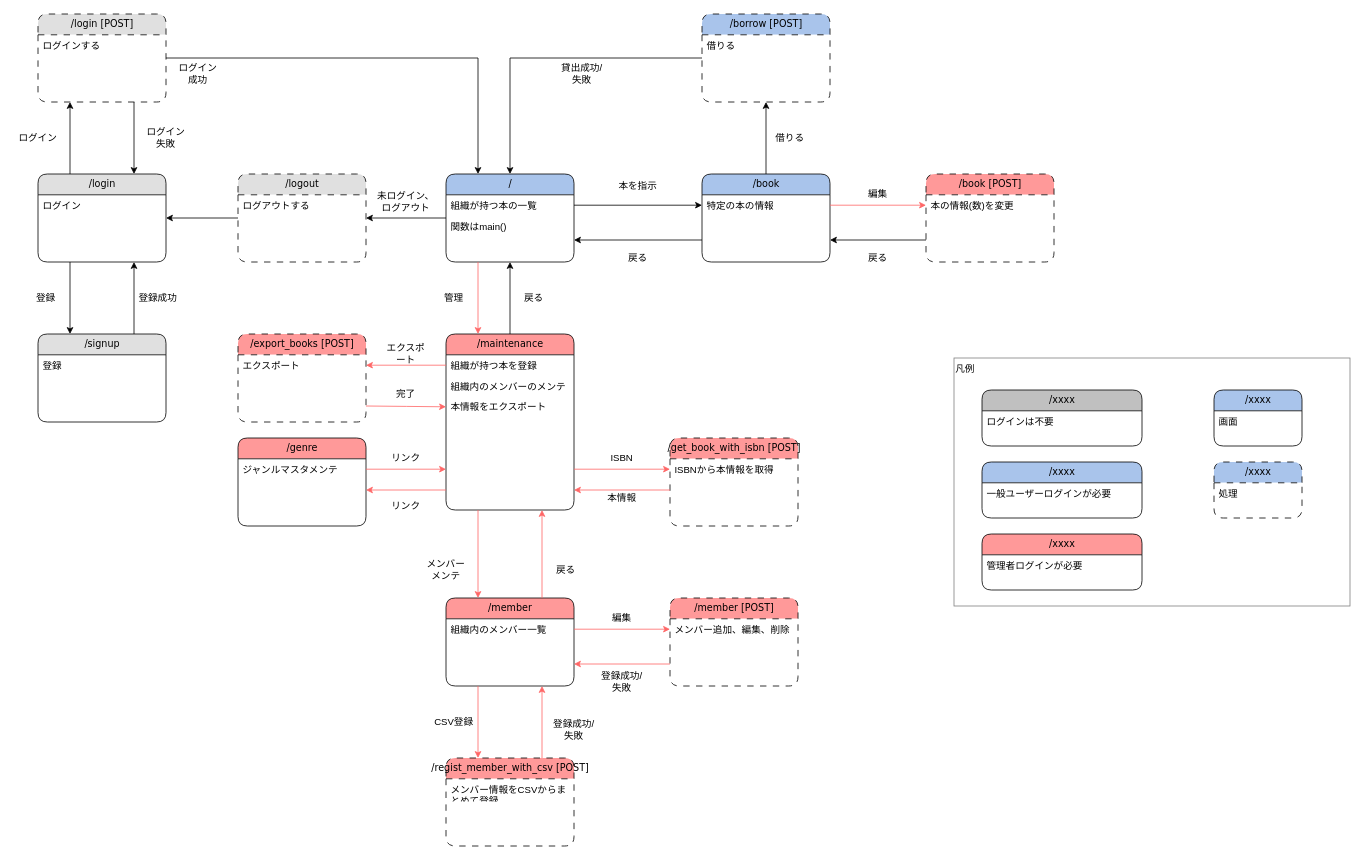
This is doc/screen_transition_diagram.drawio from yo16/bookshelf_2023, a draw.io file, before an edit. Source tidied: cells renumbered, new cells numbered last; positions are measured from the earlier drawing's top-left corner, leaving out a move shared by most shapes. Both pictures are drawn from the tidied source at 80%, with x=0, y=0 at pixel (14, 14).
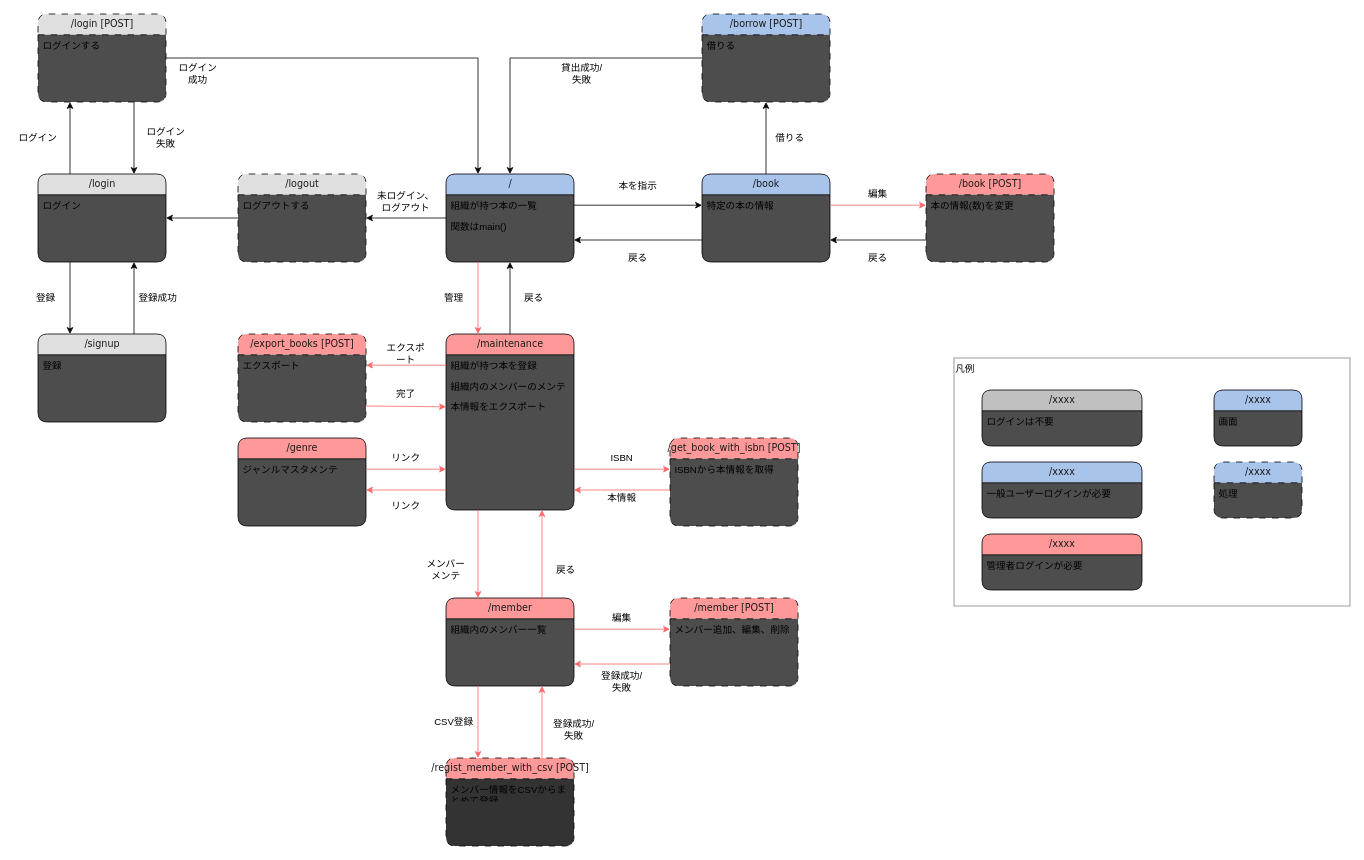
Above is the later version.

Commit message (it also covers changes not shown here):
背景色など

Change to the diagram source:
```diff
@@
-<mxGraphModel background="#ffffff">
+<mxGraphModel>
@@
-    <mxCell id="4" value="/login" style="swimlane;html=1;fontStyle=0;horizontal=1;startSize=26;fillColor=#E0E0E0;swimlaneFillColor=#ffffff;align=center;rounded=1;shadow=0;comic=0;labelBackgroundColor=none;strokeWidth=1;fontFamily=Verdana;fontSize=12;" parent="1" vertex="1">
+    <mxCell id="4" value="/login" style="swimlane;html=1;fontStyle=0;horizontal=1;startSize=26;fillColor=#E0E0E0;swimlaneFillColor=#4D4D4D;align=center;rounded=1;shadow=0;comic=0;labelBackgroundColor=none;strokeWidth=1;fontFamily=Verdana;fontSize=12;fontColor=#1A1A1A;" parent="1" vertex="1">
       <mxGeometry x="30" y="200" width="160" height="110" as="geometry" />
     </mxCell>
@@
-    <mxCell id="6" value="/" style="swimlane;html=1;fontStyle=0;horizontal=1;startSize=26;fillColor=#A9C4EB;swimlaneFillColor=#ffffff;align=center;rounded=1;shadow=0;comic=0;labelBackgroundColor=none;strokeWidth=1;fontFamily=Verdana;fontSize=12;" parent="1" vertex="1">
+    <mxCell id="6" value="/" style="swimlane;html=1;fontStyle=0;horizontal=1;startSize=26;fillColor=#A9C4EB;swimlaneFillColor=#4D4D4D;align=center;rounded=1;shadow=0;comic=0;labelBackgroundColor=none;strokeWidth=1;fontFamily=Verdana;fontSize=12;fontColor=#1A1A1A;" parent="1" vertex="1">
       <mxGeometry x="540" y="200" width="160" height="110" as="geometry" />
     </mxCell>
@@
-    <mxCell id="10" value="/signup" style="swimlane;html=1;fontStyle=0;horizontal=1;startSize=26;fillColor=#E0E0E0;swimlaneFillColor=#ffffff;align=center;rounded=1;shadow=0;comic=0;labelBackgroundColor=none;strokeWidth=1;fontFamily=Verdana;fontSize=12;" parent="1" vertex="1">
+    <mxCell id="10" value="/signup" style="swimlane;html=1;fontStyle=0;horizontal=1;startSize=26;fillColor=#E0E0E0;swimlaneFillColor=#4D4D4D;align=center;rounded=1;shadow=0;comic=0;labelBackgroundColor=none;strokeWidth=1;fontFamily=Verdana;fontSize=12;fontColor=#1A1A1A;" parent="1" vertex="1">
       <mxGeometry x="30" y="400" width="160" height="110" as="geometry" />
     </mxCell>
@@
-    <mxCell id="19" value="/book" style="swimlane;html=1;fontStyle=0;horizontal=1;startSize=26;fillColor=#A9C4EB;swimlaneFillColor=#ffffff;align=center;rounded=1;shadow=0;comic=0;labelBackgroundColor=none;strokeWidth=1;fontFamily=Verdana;fontSize=12;" parent="1" vertex="1">
+    <mxCell id="19" value="/book" style="swimlane;html=1;fontStyle=0;horizontal=1;startSize=26;fillColor=#A9C4EB;swimlaneFillColor=#4D4D4D;align=center;rounded=1;shadow=0;comic=0;labelBackgroundColor=none;strokeWidth=1;fontFamily=Verdana;fontSize=12;fontColor=#1A1A1A;" parent="1" vertex="1">
       <mxGeometry x="860" y="200" width="160" height="110" as="geometry" />
     </mxCell>
@@
-    <mxCell id="23" value="/maintenance" style="swimlane;html=1;fontStyle=0;horizontal=1;startSize=26;fillColor=#FF9999;swimlaneFillColor=#ffffff;align=center;rounded=1;shadow=0;comic=0;labelBackgroundColor=none;strokeWidth=1;fontFamily=Verdana;fontSize=12;" parent="1" vertex="1">
+    <mxCell id="23" value="/maintenance" style="swimlane;html=1;fontStyle=0;horizontal=1;startSize=26;fillColor=#FF9999;swimlaneFillColor=#4D4D4D;align=center;rounded=1;shadow=0;comic=0;labelBackgroundColor=none;strokeWidth=1;fontFamily=Verdana;fontSize=12;fontColor=#1A1A1A;" parent="1" vertex="1">
       <mxGeometry x="540" y="400" width="160" height="220" as="geometry" />
     </mxCell>
@@
-    <mxCell id="37" value="/borrow [POST]" style="swimlane;html=1;fontStyle=0;horizontal=1;startSize=26;fillColor=#A9C4EB;swimlaneFillColor=#ffffff;align=center;rounded=1;shadow=0;comic=0;labelBackgroundColor=none;strokeWidth=1;fontFamily=Verdana;fontSize=12;dashed=1;dashPattern=8 8;" parent="1" vertex="1">
+    <mxCell id="37" value="/borrow [POST]" style="swimlane;html=1;fontStyle=0;horizontal=1;startSize=26;fillColor=#A9C4EB;swimlaneFillColor=#4D4D4D;align=center;rounded=1;shadow=0;comic=0;labelBackgroundColor=none;strokeWidth=1;fontFamily=Verdana;fontSize=12;dashed=1;dashPattern=8 8;fontColor=#1A1A1A;" parent="1" vertex="1">
       <mxGeometry x="860" width="160" height="110" as="geometry" />
     </mxCell>
@@
-    <mxCell id="43" value="/login [POST]" style="swimlane;html=1;fontStyle=0;horizontal=1;startSize=26;fillColor=#E0E0E0;swimlaneFillColor=#ffffff;align=center;rounded=1;shadow=0;comic=0;labelBackgroundColor=none;strokeWidth=1;fontFamily=Verdana;fontSize=12;dashed=1;dashPattern=8 8;" parent="1" vertex="1">
+    <mxCell id="43" value="/login [POST]" style="swimlane;html=1;fontStyle=0;horizontal=1;startSize=26;fillColor=#E0E0E0;swimlaneFillColor=#4D4D4D;align=center;rounded=1;shadow=0;comic=0;labelBackgroundColor=none;strokeWidth=1;fontFamily=Verdana;fontSize=12;dashed=1;dashPattern=8 8;fontColor=#1A1A1A;" parent="1" vertex="1">
       <mxGeometry x="30" width="160" height="110" as="geometry" />
     </mxCell>
@@
-    <mxCell id="48" value="/member [POST]" style="swimlane;html=1;fontStyle=0;horizontal=1;startSize=26;fillColor=#FF9999;swimlaneFillColor=#ffffff;align=center;rounded=1;shadow=0;comic=0;labelBackgroundColor=none;strokeWidth=1;fontFamily=Verdana;fontSize=12;dashed=1;dashPattern=8 8;" parent="1" vertex="1">
+    <mxCell id="48" value="/member [POST]" style="swimlane;html=1;fontStyle=0;horizontal=1;startSize=26;fillColor=#FF9999;swimlaneFillColor=#4D4D4D;align=center;rounded=1;shadow=0;comic=0;labelBackgroundColor=none;strokeWidth=1;fontFamily=Verdana;fontSize=12;dashed=1;dashPattern=8 8;fontColor=#1A1A1A;" parent="1" vertex="1">
       <mxGeometry x="820" y="730" width="160" height="110" as="geometry" />
     </mxCell>
@@
-    <mxCell id="50" value="/book [POST]" style="swimlane;html=1;fontStyle=0;horizontal=1;startSize=26;fillColor=#FF9999;swimlaneFillColor=#ffffff;align=center;rounded=1;shadow=0;comic=0;labelBackgroundColor=none;strokeWidth=1;fontFamily=Verdana;fontSize=12;dashed=1;dashPattern=8 8;" parent="1" vertex="1">
+    <mxCell id="50" value="/book [POST]" style="swimlane;html=1;fontStyle=0;horizontal=1;startSize=26;fillColor=#FF9999;swimlaneFillColor=#4D4D4D;align=center;rounded=1;shadow=0;comic=0;labelBackgroundColor=none;strokeWidth=1;fontFamily=Verdana;fontSize=12;dashed=1;dashPattern=8 8;fontColor=#1A1A1A;" parent="1" vertex="1">
       <mxGeometry x="1140" y="200" width="160" height="110" as="geometry" />
     </mxCell>
@@
-    <mxCell id="56" value="/member" style="swimlane;html=1;fontStyle=0;horizontal=1;startSize=26;fillColor=#FF9999;swimlaneFillColor=#ffffff;align=center;rounded=1;shadow=0;comic=0;labelBackgroundColor=none;strokeWidth=1;fontFamily=Verdana;fontSize=12;" parent="1" vertex="1">
+    <mxCell id="56" value="/member" style="swimlane;html=1;fontStyle=0;horizontal=1;startSize=26;fillColor=#FF9999;swimlaneFillColor=#4D4D4D;align=center;rounded=1;shadow=0;comic=0;labelBackgroundColor=none;strokeWidth=1;fontFamily=Verdana;fontSize=12;fontColor=#1A1A1A;" parent="1" vertex="1">
       <mxGeometry x="540" y="730" width="160" height="110" as="geometry" />
     </mxCell>
-    <mxCell id="57" value="組織内のメンバー一覧" style="text;html=1;strokeColor=none;fillColor=none;spacingLeft=4;spacingRight=4;whiteSpace=wrap;overflow=hidden;points=[[0,0.5],[1,0.5]];portConstraint=eastwest;" parent="56" vertex="1">
+    <mxCell id="57" value="組織内のメンバー一覧" style="text;html=1;strokeColor=none;fillColor=none;spacingLeft=4;spacingRight=4;whiteSpace=wrap;overflow=hidden;points=[[0,0.5],[1,0.5]];portConstraint=eastwest;fontColor=default;" parent="56" vertex="1">
       <mxGeometry y="26" width="160" height="26" as="geometry" />
     </mxCell>
@@
-    <mxCell id="66" value="/regist_member_with_csv [POST]" style="swimlane;html=1;fontStyle=0;horizontal=1;startSize=26;fillColor=#FF9999;swimlaneFillColor=#ffffff;align=center;rounded=1;shadow=0;comic=0;labelBackgroundColor=none;strokeWidth=1;fontFamily=Verdana;fontSize=12;dashed=1;dashPattern=8 8;" parent="1" vertex="1">
+    <mxCell id="66" value="/regist_member_with_csv [POST]" style="swimlane;html=1;fontStyle=0;horizontal=1;startSize=26;fillColor=#FF9999;swimlaneFillColor=#333333;align=center;rounded=1;shadow=0;comic=0;labelBackgroundColor=none;strokeWidth=1;fontFamily=Verdana;fontSize=12;dashed=1;dashPattern=8 8;fontColor=#1A1A1A;" parent="1" vertex="1">
       <mxGeometry x="540" y="930" width="160" height="110" as="geometry" />
     </mxCell>
@@
-    <mxCell id="72" value="/export_books [POST]" style="swimlane;html=1;fontStyle=0;horizontal=1;startSize=26;fillColor=#FF9999;swimlaneFillColor=#ffffff;align=center;rounded=1;shadow=0;comic=0;labelBackgroundColor=none;strokeWidth=1;fontFamily=Verdana;fontSize=12;dashed=1;dashPattern=8 8;" parent="1" vertex="1">
+    <mxCell id="72" value="/export_books [POST]" style="swimlane;html=1;fontStyle=0;horizontal=1;startSize=26;fillColor=#FF9999;swimlaneFillColor=#4D4D4D;align=center;rounded=1;shadow=0;comic=0;labelBackgroundColor=none;strokeWidth=1;fontFamily=Verdana;fontSize=12;dashed=1;dashPattern=8 8;fontColor=#1A1A1A;" parent="1" vertex="1">
       <mxGeometry x="280" y="400" width="160" height="110" as="geometry" />
     </mxCell>
@@
-    <mxCell id="78" value="/xxxx" style="swimlane;html=1;fontStyle=0;horizontal=1;startSize=26;fillColor=#A9C4EB;swimlaneFillColor=#ffffff;align=center;rounded=1;shadow=0;comic=0;labelBackgroundColor=none;strokeWidth=1;fontFamily=Verdana;fontSize=12;" parent="1" vertex="1">
+    <mxCell id="78" value="/xxxx" style="swimlane;html=1;fontStyle=0;horizontal=1;startSize=26;fillColor=#A9C4EB;swimlaneFillColor=#4D4D4D;align=center;rounded=1;shadow=0;comic=0;labelBackgroundColor=none;strokeWidth=1;fontFamily=Verdana;fontSize=12;fontColor=#1A1A1A;" parent="1" vertex="1">
       <mxGeometry x="1210" y="560" width="200" height="70" as="geometry" />
     </mxCell>
@@
-    <mxCell id="80" value="/xxxx" style="swimlane;html=1;fontStyle=0;horizontal=1;startSize=26;fillColor=#FF9999;swimlaneFillColor=#ffffff;align=center;rounded=1;shadow=0;comic=0;labelBackgroundColor=none;strokeWidth=1;fontFamily=Verdana;fontSize=12;" parent="1" vertex="1">
+    <mxCell id="80" value="/xxxx" style="swimlane;html=1;fontStyle=0;horizontal=1;startSize=26;fillColor=#FF9999;swimlaneFillColor=#4D4D4D;align=center;rounded=1;shadow=0;comic=0;labelBackgroundColor=none;strokeWidth=1;fontFamily=Verdana;fontSize=12;fontColor=#1A1A1A;" parent="1" vertex="1">
       <mxGeometry x="1210" y="650" width="200" height="70" as="geometry" />
     </mxCell>
@@
-    <mxCell id="82" value="/xxxx" style="swimlane;html=1;fontStyle=0;horizontal=1;startSize=26;fillColor=#C0C0C0;swimlaneFillColor=#ffffff;align=center;rounded=1;shadow=0;comic=0;labelBackgroundColor=none;strokeWidth=1;fontFamily=Verdana;fontSize=12;" parent="1" vertex="1">
+    <mxCell id="82" value="/xxxx" style="swimlane;html=1;fontStyle=0;horizontal=1;startSize=26;fillColor=#C0C0C0;swimlaneFillColor=#4D4D4D;align=center;rounded=1;shadow=0;comic=0;labelBackgroundColor=none;strokeWidth=1;fontFamily=Verdana;fontSize=12;fontColor=#1A1A1A;" parent="1" vertex="1">
       <mxGeometry x="1210" y="470" width="200" height="70" as="geometry" />
     </mxCell>
@@
-    <mxCell id="84" value="/logout" style="swimlane;html=1;fontStyle=0;horizontal=1;startSize=26;fillColor=#E0E0E0;swimlaneFillColor=#ffffff;align=center;rounded=1;shadow=0;comic=0;labelBackgroundColor=none;strokeWidth=1;fontFamily=Verdana;fontSize=12;dashed=1;dashPattern=8 8;" parent="1" vertex="1">
+    <mxCell id="84" value="/logout" style="swimlane;html=1;fontStyle=0;horizontal=1;startSize=26;fillColor=#E0E0E0;swimlaneFillColor=#4D4D4D;align=center;rounded=1;shadow=0;comic=0;labelBackgroundColor=none;strokeWidth=1;fontFamily=Verdana;fontSize=12;dashed=1;dashPattern=8 8;fontColor=#1A1A1A;" parent="1" vertex="1">
       <mxGeometry x="280" y="200" width="160" height="110" as="geometry" />
     </mxCell>
@@
-    <mxCell id="87" value="/get_book_with_isbn [POST]" style="swimlane;html=1;fontStyle=0;horizontal=1;startSize=26;fillColor=#FF9999;swimlaneFillColor=#ffffff;align=center;rounded=1;shadow=0;comic=0;labelBackgroundColor=none;strokeWidth=1;fontFamily=Verdana;fontSize=12;dashed=1;dashPattern=8 8;" parent="1" vertex="1">
+    <mxCell id="87" value="/get_book_with_isbn [POST]" style="swimlane;html=1;fontStyle=0;horizontal=1;startSize=26;fillColor=#FF9999;swimlaneFillColor=#4D4D4D;align=center;rounded=1;shadow=0;comic=0;labelBackgroundColor=none;strokeWidth=1;fontFamily=Verdana;fontSize=12;dashed=1;dashPattern=8 8;fontColor=#1A1A1A;" parent="1" vertex="1">
       <mxGeometry x="820" y="530" width="160" height="110" as="geometry" />
     </mxCell>
@@
-    <mxCell id="94" value="/xxxx" style="swimlane;html=1;fontStyle=0;horizontal=1;startSize=26;fillColor=#A9C4EB;swimlaneFillColor=#ffffff;align=center;rounded=1;shadow=0;comic=0;labelBackgroundColor=none;strokeWidth=1;fontFamily=Verdana;fontSize=12;" parent="1" vertex="1">
+    <mxCell id="94" value="/xxxx" style="swimlane;html=1;fontStyle=0;horizontal=1;startSize=26;fillColor=#A9C4EB;swimlaneFillColor=#4D4D4D;align=center;rounded=1;shadow=0;comic=0;labelBackgroundColor=none;strokeWidth=1;fontFamily=Verdana;fontSize=12;fontColor=#1A1A1A;" parent="1" vertex="1">
       <mxGeometry x="1500" y="470" width="110" height="70" as="geometry" />
     </mxCell>
@@
-    <mxCell id="96" value="/xxxx" style="swimlane;html=1;fontStyle=0;horizontal=1;startSize=26;fillColor=#A9C4EB;swimlaneFillColor=#ffffff;align=center;rounded=1;shadow=0;comic=0;labelBackgroundColor=none;strokeWidth=1;fontFamily=Verdana;fontSize=12;dashed=1;dashPattern=8 8;" parent="1" vertex="1">
+    <mxCell id="96" value="/xxxx" style="swimlane;html=1;fontStyle=0;horizontal=1;startSize=26;fillColor=#A9C4EB;swimlaneFillColor=#4D4D4D;align=center;rounded=1;shadow=0;comic=0;labelBackgroundColor=none;strokeWidth=1;fontFamily=Verdana;fontSize=12;dashed=1;dashPattern=8 8;fontColor=#1A1A1A;" parent="1" vertex="1">
       <mxGeometry x="1500" y="560" width="110" height="70" as="geometry" />
     </mxCell>
@@
-    <mxCell id="98" value="/genre" style="swimlane;html=1;fontStyle=0;horizontal=1;startSize=26;fillColor=#FF9999;swimlaneFillColor=#ffffff;align=center;rounded=1;shadow=0;comic=0;labelBackgroundColor=none;strokeWidth=1;fontFamily=Verdana;fontSize=12;" parent="1" vertex="1">
+    <mxCell id="98" value="/genre" style="swimlane;html=1;fontStyle=0;horizontal=1;startSize=26;fillColor=#FF9999;swimlaneFillColor=#4D4D4D;align=center;rounded=1;shadow=0;comic=0;labelBackgroundColor=none;strokeWidth=1;fontFamily=Verdana;fontSize=12;fontColor=#1A1A1A;" parent="1" vertex="1">
       <mxGeometry x="280" y="530" width="160" height="110" as="geometry" />
     </mxCell>
```
